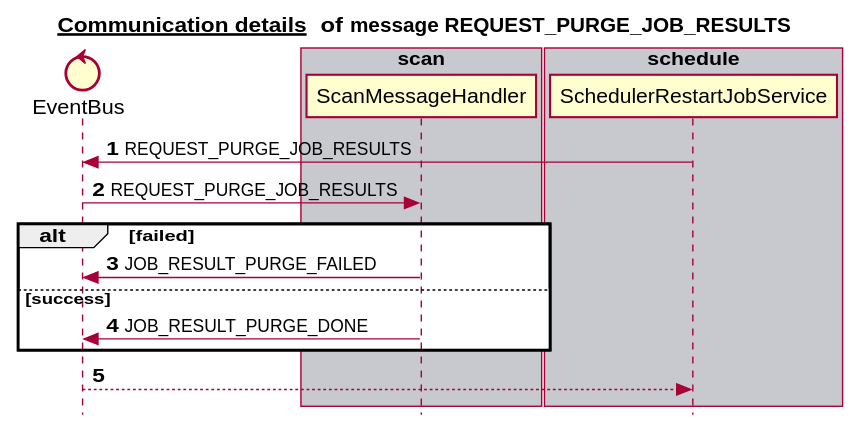
Before: docs/latest/images/gen_domain_messaging_request_purge_job_results.svg, a diagram exported from PlantUML (mercedes-benz/sechub).
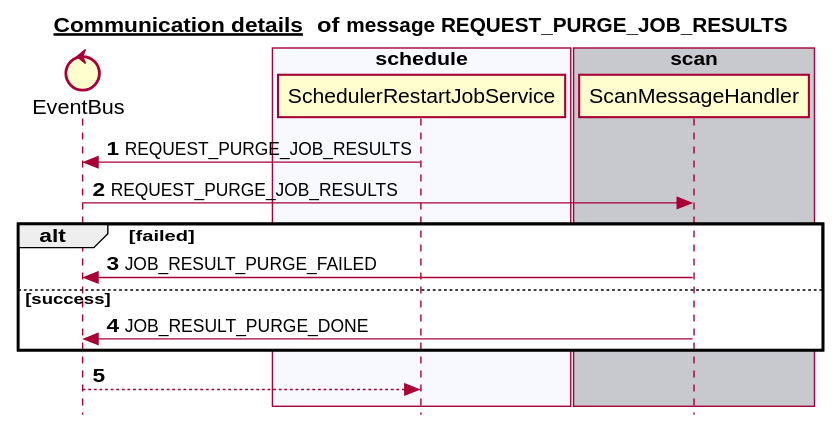
After the commit.

The edit, as a diff of the source:
```diff
@@ -6,17 +6,17 @@
 
 
 control EventBus
-box "scan" #C8C8CF
-   participant ScanMessageHandler
+box "notification" #C8C8CF
 end box
 box "authorization" #F8F8FF
 end box
 box "administration" #C8C8CF
 end box
-box "notification" #F8F8FF
+box "schedule" #F8F8FF
+   participant SchedulerRestartJobService
 end box
-box "schedule" #C8C8CF
-   participant SchedulerRestartJobService
+box "scan" #C8C8CF
+   participant ScanMessageHandler
 end box
 autonumber 1
 SchedulerRestartJobService -> EventBus:REQUEST_PURGE_JOB_RESULTS
```
